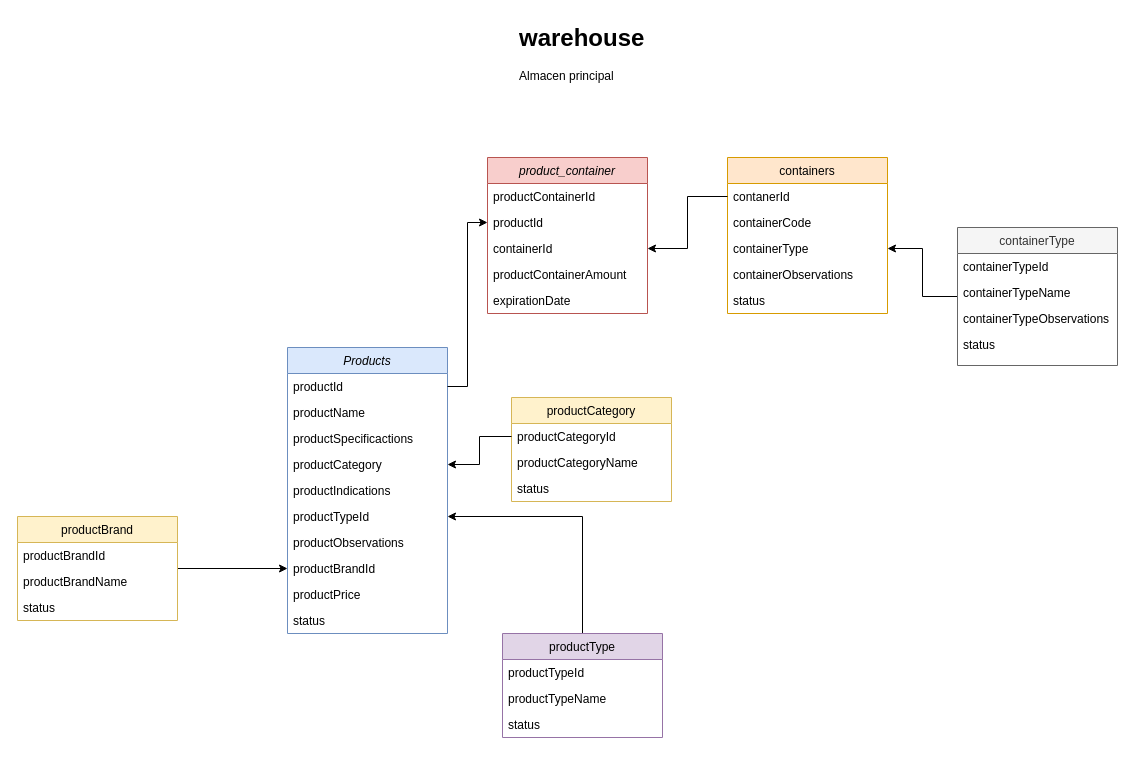
Above: pharmacy.drawio in CarlosMayo1/pharmacy (draw.io), before the change. Source tidied: cells renumbered, new cells numbered last; positions are measured from the earlier drawing's top-left corner, leaving out a move shared by most shapes. Both pictures are drawn from the tidied source at 100%, with x=0, y=0 at pixel (17, 17).
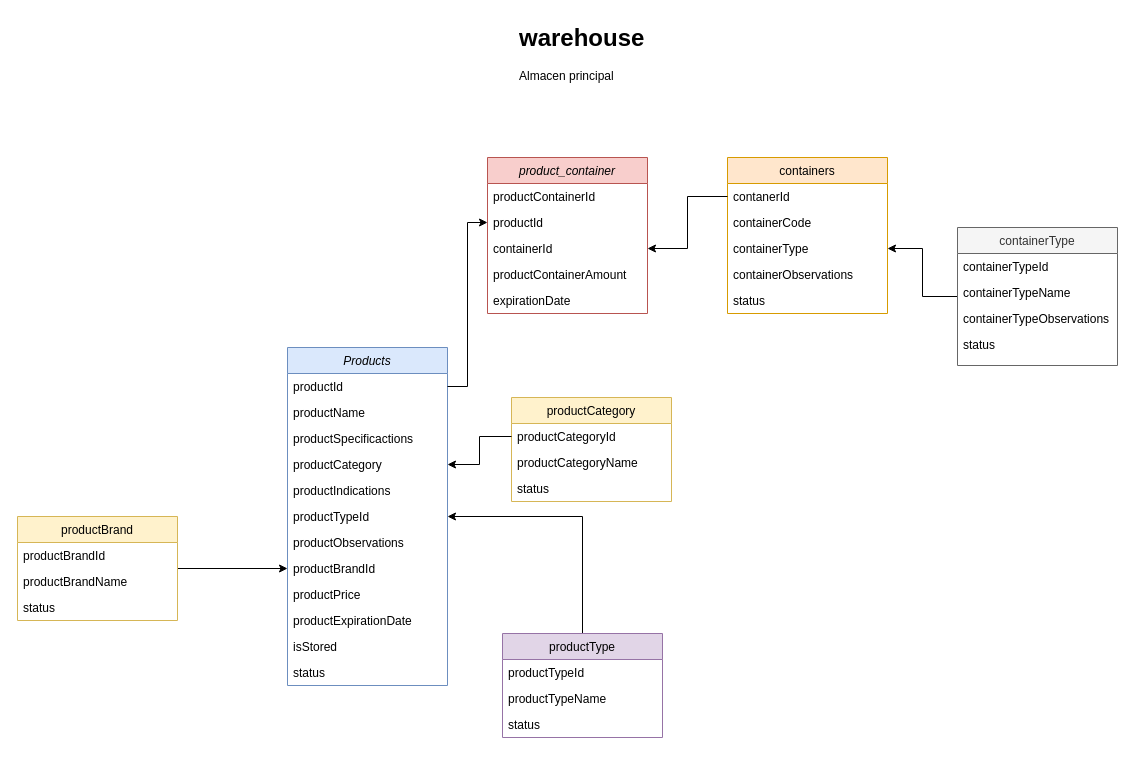
Above is the later version.

The edit, as a diff of the source:
```diff
@@
     <mxCell id="2" value="Products" style="swimlane;fontStyle=2;align=center;verticalAlign=top;horizontal=1;startSize=26;rounded=0;shadow=0;strokeWidth=1;fillColor=#dae8fc;strokeColor=#6c8ebf;" parent="1" vertex="1">
-      <mxGeometry x="270" y="330" width="160" height="286" as="geometry" />
+      <mxGeometry x="270" y="330" width="160" height="338" as="geometry" />
     </mxCell>
@@
+    <mxCell id="49" value="productExpirationDate" style="text;align=left;verticalAlign=top;spacingLeft=4;spacingRight=4;overflow=hidden;rounded=0;shadow=0;html=0;" parent="2" vertex="1">
+      <mxGeometry y="260" width="160" height="26" as="geometry" />
+    </mxCell>
-    <mxCell id="12" value="status" style="text;align=left;verticalAlign=top;spacingLeft=4;spacingRight=4;overflow=hidden;rounded=0;shadow=0;html=0;" parent="2" vertex="1">
-      <mxGeometry y="260" width="160" height="26" as="geometry" />
+    <mxCell id="12" value="isStored" style="text;align=left;verticalAlign=top;spacingLeft=4;spacingRight=4;overflow=hidden;rounded=0;shadow=0;html=0;" parent="2" vertex="1">
+      <mxGeometry y="286" width="160" height="26" as="geometry" />
     </mxCell>
+    <mxCell id="50" value="status" style="text;align=left;verticalAlign=top;spacingLeft=4;spacingRight=4;overflow=hidden;rounded=0;shadow=0;html=0;" parent="2" vertex="1">
+      <mxGeometry y="312" width="160" height="26" as="geometry" />
+    </mxCell>
```
